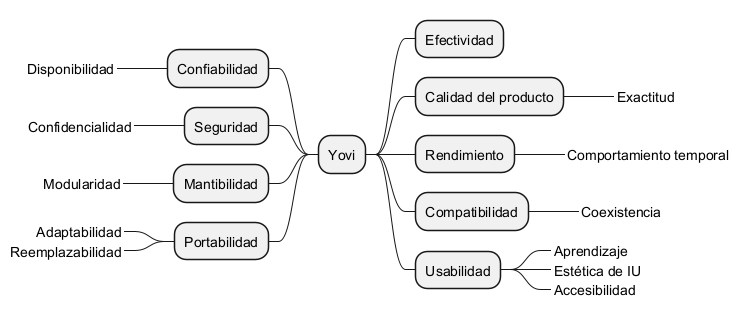
The PlantUML diagram images/arbol-calidad.png in Arquisoft/yovi_es5b, before a commit.
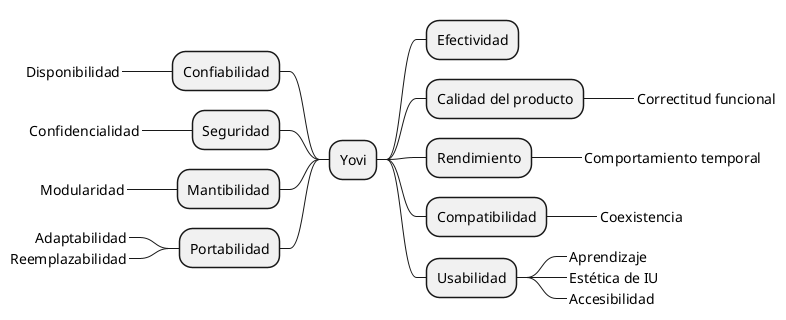
The same file after the commit.

Diff of the diagram source:
```diff
@@ -2,7 +2,7 @@
 + Yovi
 ++ Efectividad
 ++ Calidad del producto
-+++_ Exactitud
++++_ Correctitud funcional
 ++ Rendimiento
 +++_ Comportamiento temporal
 ++ Compatibilidad
```
